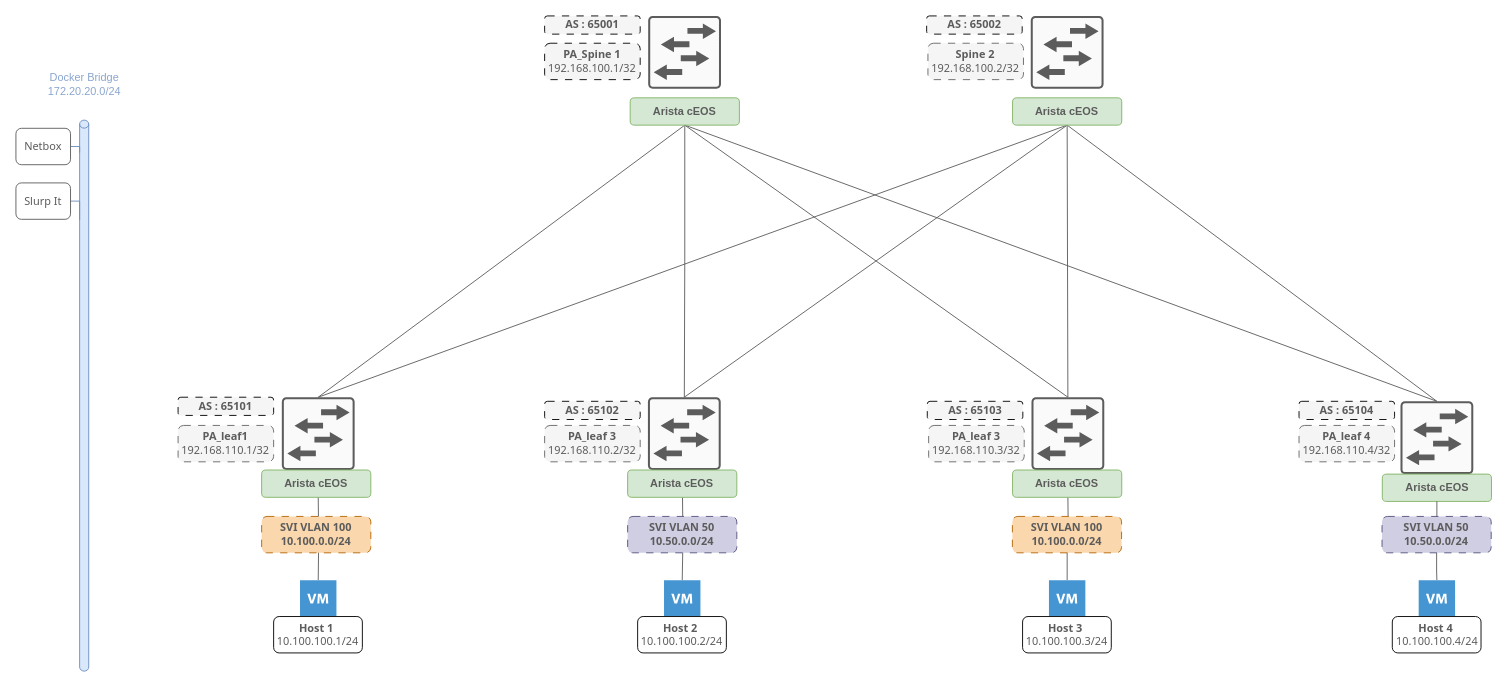
MasqAs/projet-vxlan-automation keeps this draw.io diagram as documentation/assets/images/diagrams/VXLAN.drawio. Above is the earlier version. Source tidied: cells renumbered, new cells numbered last; positions are measured from the earlier drawing's top-left corner, leaving out a move shared by most shapes. Both pictures are drawn from the tidied source at 91%, with x=0, y=0 at pixel (15, 15).
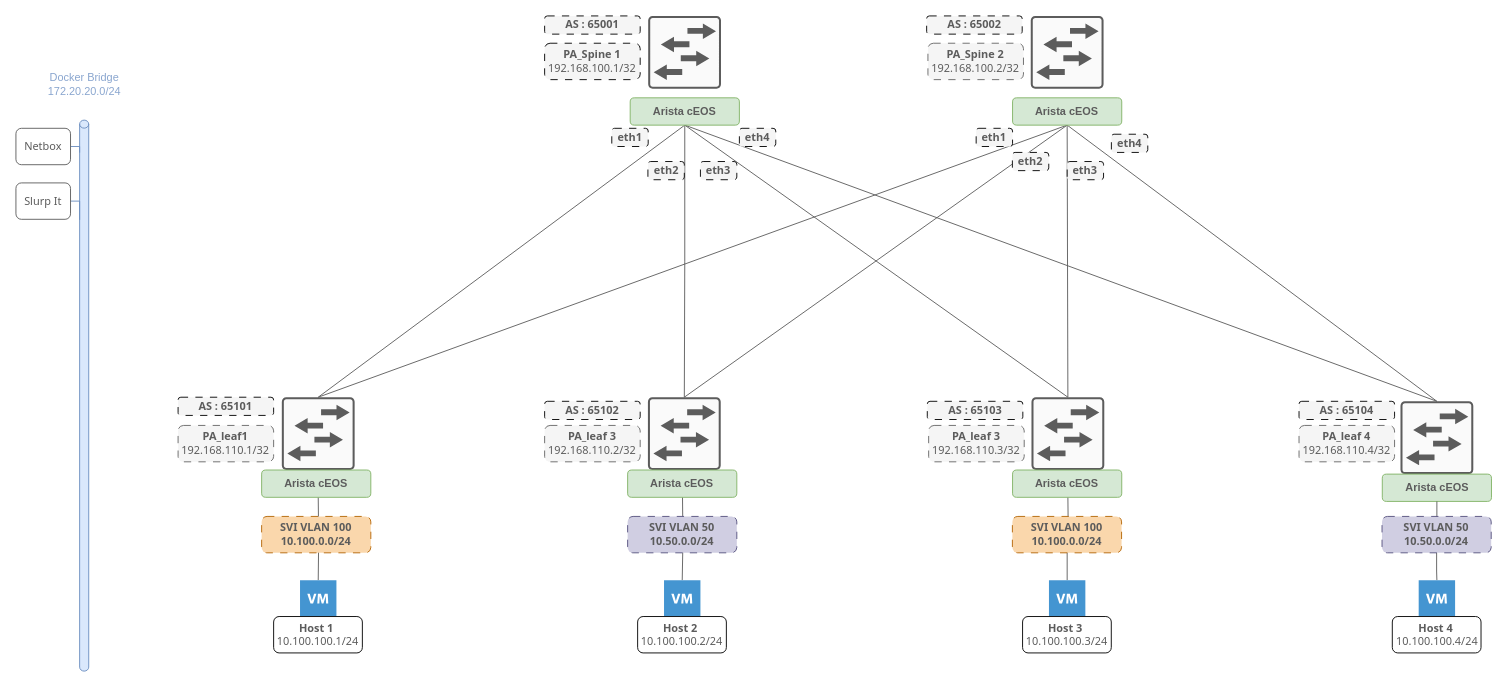
Above is the later version.

Commit message (it also covers changes not shown here):
adapt lab

What changed in the source:
```diff
@@
-    <mxCell id="40" value="&lt;div style=&quot;&quot;&gt;&lt;b style=&quot;color: rgb(92, 92, 92); font-family: Tahoma; background-color: initial;&quot;&gt;Spine 2&lt;/b&gt;&lt;/div&gt;&lt;font color=&quot;#5c5c5c&quot; face=&quot;Tahoma&quot;&gt;&lt;div style=&quot;&quot;&gt;&lt;span style=&quot;background-color: initial;&quot;&gt;192.168.100.2/32&lt;/span&gt;&lt;/div&gt;&lt;/font&gt;" style="rounded=1;whiteSpace=wrap;html=1;align=center;fillColor=#f5f5f5;fontColor=#333333;strokeColor=#666666;dashed=1;dashPattern=8 8;" parent="1" vertex="1">
+    <mxCell id="40" value="&lt;div style=&quot;&quot;&gt;&lt;b style=&quot;color: rgb(92, 92, 92); font-family: Tahoma; background-color: initial;&quot;&gt;PA_Spine 2&lt;/b&gt;&lt;/div&gt;&lt;font color=&quot;#5c5c5c&quot; face=&quot;Tahoma&quot;&gt;&lt;div style=&quot;&quot;&gt;&lt;span style=&quot;background-color: initial;&quot;&gt;192.168.100.2/32&lt;/span&gt;&lt;/div&gt;&lt;/font&gt;" style="rounded=1;whiteSpace=wrap;html=1;align=center;fillColor=#f5f5f5;fontColor=#333333;strokeColor=#666666;dashed=1;dashPattern=8 8;" parent="1" vertex="1">
       <mxGeometry x="1002.2" y="30" width="105" height="40" as="geometry" />
     </mxCell>
@@
+    <mxCell id="57" value="&lt;div style=&quot;&quot;&gt;&lt;font face=&quot;Tahoma&quot; color=&quot;#5c5c5c&quot;&gt;&lt;b&gt;eth1&lt;/b&gt;&lt;/font&gt;&lt;/div&gt;" style="rounded=1;whiteSpace=wrap;html=1;align=center;fillColor=#f5f5f5;fontColor=#333333;strokeColor=default;dashed=1;dashPattern=8 8;" parent="1" vertex="1">
+      <mxGeometry x="654.8" y="123.5" width="40" height="20" as="geometry" />
+    </mxCell>
+    <mxCell id="58" value="&lt;div style=&quot;&quot;&gt;&lt;font face=&quot;Tahoma&quot; color=&quot;#5c5c5c&quot;&gt;&lt;b&gt;eth2&lt;/b&gt;&lt;/font&gt;&lt;/div&gt;" style="rounded=1;whiteSpace=wrap;html=1;align=center;fillColor=#f5f5f5;fontColor=#333333;strokeColor=default;dashed=1;dashPattern=8 8;" parent="1" vertex="1">
+      <mxGeometry x="694.5" y="160" width="40" height="20" as="geometry" />
+    </mxCell>
+    <mxCell id="59" value="&lt;div style=&quot;&quot;&gt;&lt;font face=&quot;Tahoma&quot; color=&quot;#5c5c5c&quot;&gt;&lt;b&gt;eth3&lt;/b&gt;&lt;/font&gt;&lt;/div&gt;" style="rounded=1;whiteSpace=wrap;html=1;align=center;fillColor=#f5f5f5;fontColor=#333333;strokeColor=default;dashed=1;dashPattern=8 8;" parent="1" vertex="1">
+      <mxGeometry x="752.2" y="160" width="40" height="20" as="geometry" />
+    </mxCell>
+    <mxCell id="60" value="&lt;div style=&quot;&quot;&gt;&lt;font face=&quot;Tahoma&quot; color=&quot;#5c5c5c&quot;&gt;&lt;b&gt;eth4&lt;/b&gt;&lt;/font&gt;&lt;/div&gt;" style="rounded=1;whiteSpace=wrap;html=1;align=center;fillColor=#f5f5f5;fontColor=#333333;strokeColor=default;dashed=1;dashPattern=8 8;" parent="1" vertex="1">
+      <mxGeometry x="795" y="123.5" width="40" height="20" as="geometry" />
+    </mxCell>
+    <mxCell id="61" value="&lt;div style=&quot;&quot;&gt;&lt;font face=&quot;Tahoma&quot; color=&quot;#5c5c5c&quot;&gt;&lt;b&gt;eth1&lt;/b&gt;&lt;/font&gt;&lt;/div&gt;" style="rounded=1;whiteSpace=wrap;html=1;align=center;fillColor=#f5f5f5;fontColor=#333333;strokeColor=default;dashed=1;dashPattern=8 8;" parent="1" vertex="1">
+      <mxGeometry x="1055.2" y="123.5" width="40" height="20" as="geometry" />
+    </mxCell>
+    <mxCell id="62" value="&lt;div style=&quot;&quot;&gt;&lt;font face=&quot;Tahoma&quot; color=&quot;#5c5c5c&quot;&gt;&lt;b&gt;eth2&lt;/b&gt;&lt;/font&gt;&lt;/div&gt;" style="rounded=1;whiteSpace=wrap;html=1;align=center;fillColor=#f5f5f5;fontColor=#333333;strokeColor=default;dashed=1;dashPattern=8 8;" parent="1" vertex="1">
+      <mxGeometry x="1095" y="150" width="40" height="20" as="geometry" />
+    </mxCell>
+    <mxCell id="63" value="&lt;div style=&quot;&quot;&gt;&lt;font face=&quot;Tahoma&quot; color=&quot;#5c5c5c&quot;&gt;&lt;b&gt;eth3&lt;/b&gt;&lt;/font&gt;&lt;/div&gt;" style="rounded=1;whiteSpace=wrap;html=1;align=center;fillColor=#f5f5f5;fontColor=#333333;strokeColor=default;dashed=1;dashPattern=8 8;" parent="1" vertex="1">
+      <mxGeometry x="1155.2" y="160" width="40" height="20" as="geometry" />
+    </mxCell>
+    <mxCell id="64" value="&lt;div style=&quot;&quot;&gt;&lt;font face=&quot;Tahoma&quot; color=&quot;#5c5c5c&quot;&gt;&lt;b&gt;eth4&lt;/b&gt;&lt;/font&gt;&lt;/div&gt;" style="rounded=1;whiteSpace=wrap;html=1;align=center;fillColor=#f5f5f5;fontColor=#333333;strokeColor=default;dashed=1;dashPattern=8 8;" parent="1" vertex="1">
+      <mxGeometry x="1203.8" y="130" width="40" height="20" as="geometry" />
+    </mxCell>
```
